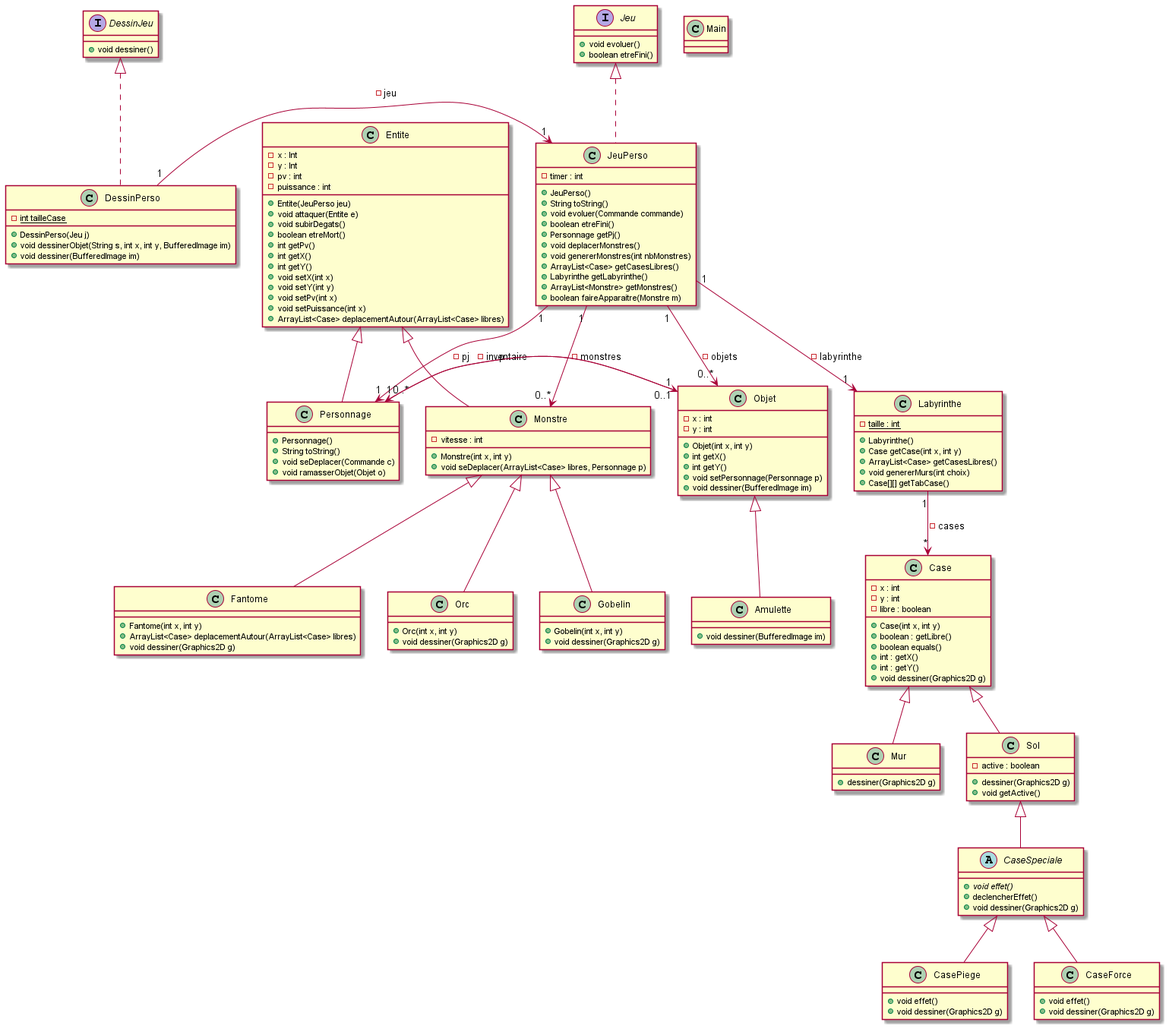
Above: documents/version6/diagramme.png in MichelGrolet/2d-game (PlantUML), before the change.
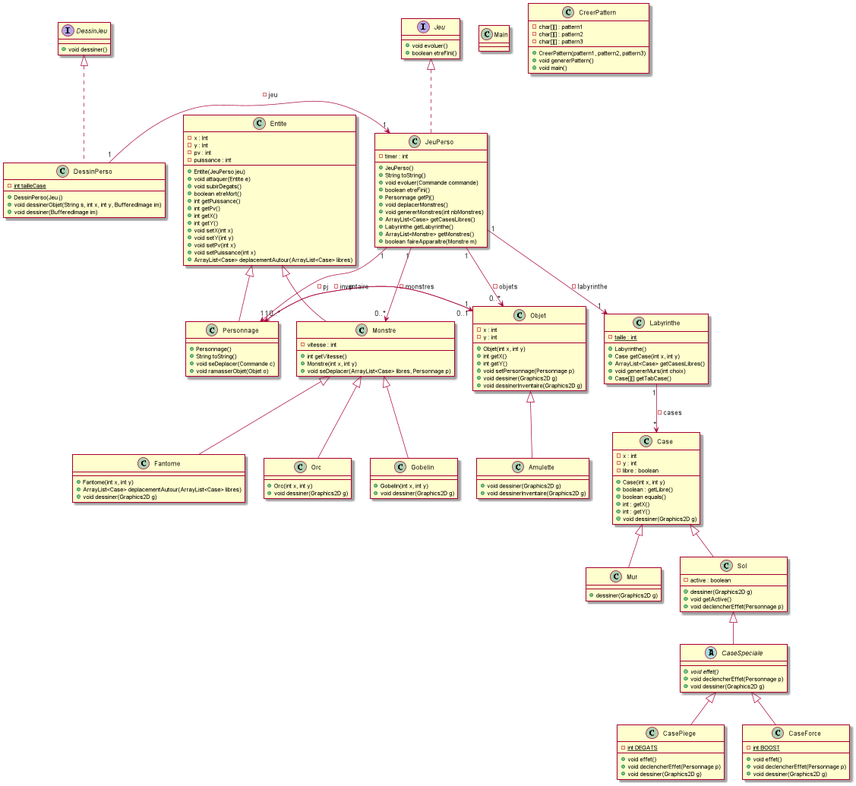
Later version of the same file.

Commit message:
diagrammes pngs

What changed in the source:
```diff
@@ -32,21 +32,26 @@
     - active : boolean
     + dessiner(Graphics2D g)
     + void getActive()
+    + void declencherEffet(Personnage p)
 }
 
 abstract class CaseSpeciale extends Sol {
     + {abstract} void effet()
-    + declencherEffet()
+    + void declencherEffet(Personnage p)
      + void dessiner(Graphics2D g)
 }
 
 class CasePiege extends CaseSpeciale {
-     + void effet()
+    - {static} int DEGATS
+    + void effet()
+    + void declencherEffet(Personnage p)
      + void dessiner(Graphics2D g)
 }
 
 class CaseForce extends CaseSpeciale {
+    - {static} int BOOST
      + void effet()
+    + void declencherEffet(Personnage p)
      + void dessiner(Graphics2D g)
 }
 
@@ -59,6 +64,7 @@
     + void attaquer(Entite e)
     + void subirDegats()
     + boolean etreMort()
+    + int getPuissance()
     + int getPv()
     + int getX()
     + int getY()
@@ -78,6 +84,7 @@
 
 class Monstre extends Entite {
     - vitesse : int
+    + int getVitesse()
     + Monstre(int x, int y)
     + void seDeplacer(ArrayList<Case> libres, Personnage p)
 }
@@ -141,11 +148,22 @@
     + int getX()
     + int getY()
     + void setPersonnage(Personnage p)
-    + void dessiner(BufferedImage im)
+    + void dessiner(Graphics2D g)
+    + void dessinerInventaire(Graphics2D g)
+}
+
+class CreerPattern {
+    - char[][] : pattern1
+    - char[][] : pattern2
+    - char[][] : pattern3
+    + CreerPattern(pattern1, pattern2, pattern3)
+    + void genererPattern()
+    + void main()
 }
 
 class Amulette extends Objet {
-    + void dessiner(BufferedImage im)
+    + void dessiner(Graphics2D g)
+    + void dessinerInventaire(Graphics2D g)
 }
 
 Personnage "0..*" -> "1" Objet : - inventaire
```
